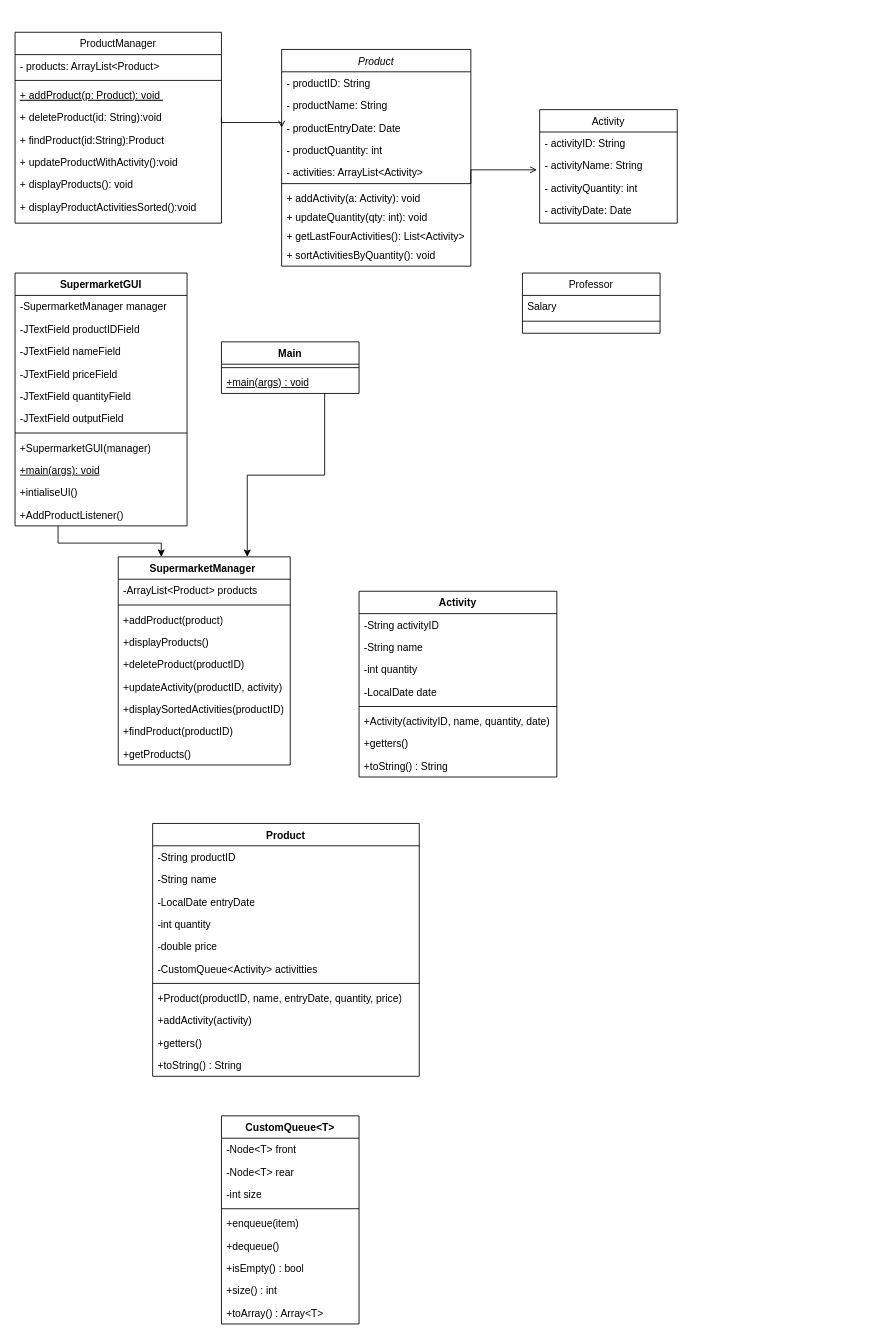
Veer-Rishabh/Group-5-Coursework-1 keeps this draw.io diagram as Supermarket.drawio. Above is the earlier version. Source tidied: cells renumbered, new cells numbered last; positions are measured from the earlier drawing's top-left corner, leaving out a move shared by most shapes. Both pictures are drawn from the tidied source at 86%, with x=0, y=0 at pixel (15, 32).
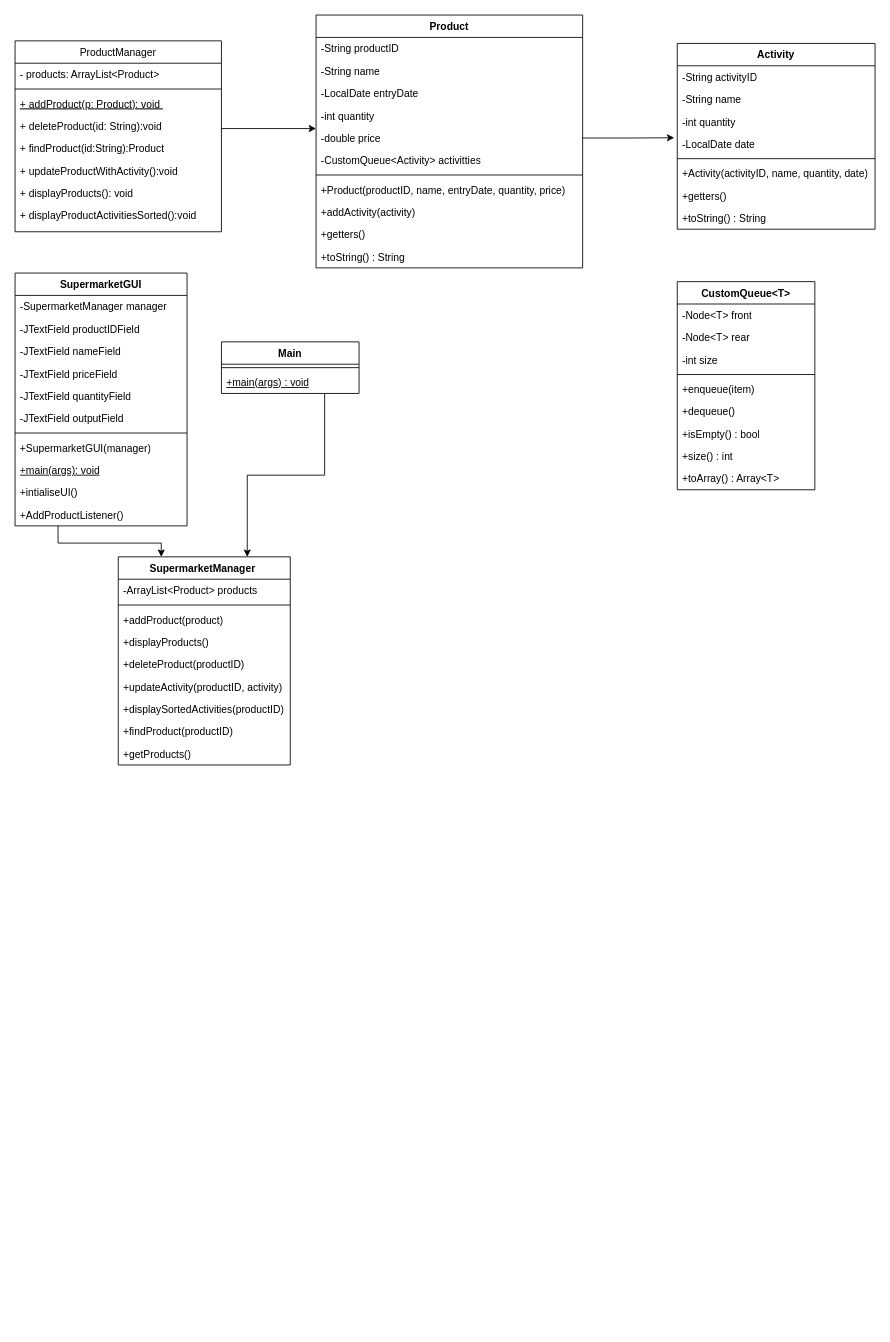
The same page after the edit.

The change refers to these unchanged cells:
```xml
<mxCell id="17" value="+ deleteProduct(id: String):void" style="text;align=left;verticalAlign=top;spacingLeft=4;spacingRight=4;overflow=hidden;points=[[0,0.5],[1,0.5]];portConstraint=eastwest;" parent="13" vertex="1">
  <mxGeometry y="86" width="240" height="26" as="geometry" />
</mxCell>
<mxCell id="63" value="-LocalDate date" style="text;strokeColor=none;fillColor=none;align=left;verticalAlign=top;spacingLeft=4;spacingRight=4;overflow=hidden;points=[[0,0.5],[1,0.5]];portConstraint=eastwest;whiteSpace=wrap;html=1;" parent="59" vertex="1">
  <mxGeometry y="104" width="230" height="26" as="geometry" />
</mxCell>
<mxCell id="73" value="-double price" style="text;strokeColor=none;fillColor=none;align=left;verticalAlign=top;spacingLeft=4;spacingRight=4;overflow=hidden;points=[[0,0.5],[1,0.5]];portConstraint=eastwest;whiteSpace=wrap;html=1;" parent="68" vertex="1">
  <mxGeometry y="130" width="310" height="26" as="geometry" />
</mxCell>
```

What changed in the source:
```diff
@@
-    <mxCell id="2" value="Product" style="swimlane;fontStyle=2;align=center;verticalAlign=top;horizontal=1;startSize=26;rounded=0;shadow=0;strokeWidth=1;" parent="1" vertex="1">
-      <mxGeometry x="310" y="20" width="220" height="252" as="geometry" />
-    </mxCell>
-    <mxCell id="3" value="- productID: String" style="text;align=left;verticalAlign=top;spacingLeft=4;spacingRight=4;overflow=hidden;" parent="2" vertex="1">
-      <mxGeometry y="26" width="220" height="26" as="geometry" />
-    </mxCell>
-    <mxCell id="4" value="- productName: String" style="text;align=left;verticalAlign=top;spacingLeft=4;spacingRight=4;overflow=hidden;rounded=0;shadow=0;html=0;" parent="2" vertex="1">
-      <mxGeometry y="52" width="220" height="26" as="geometry" />
-    </mxCell>
-    <mxCell id="5" value="- productEntryDate: Date" style="text;align=left;verticalAlign=top;spacingLeft=4;spacingRight=4;overflow=hidden;points=[[0,0.5],[1,0.5]];portConstraint=eastwest;rounded=0;shadow=0;html=0;" parent="2" vertex="1">
-      <mxGeometry y="78" width="220" height="26" as="geometry" />
-    </mxCell>
-    <mxCell id="6" value="- productQuantity: int" style="text;align=left;verticalAlign=top;spacingLeft=4;spacingRight=4;overflow=hidden;" parent="2" vertex="1">
-      <mxGeometry y="104" width="220" height="26" as="geometry" />
-    </mxCell>
-    <mxCell id="7" value="- activities: ArrayList&lt;Activity&gt;" style="text;align=left;verticalAlign=top;spacingLeft=4;spacingRight=4;overflow=hidden;" parent="2" vertex="1">
-      <mxGeometry y="130" width="220" height="22" as="geometry" />
-    </mxCell>
-    <mxCell id="8" style="line;html=1;strokeWidth=1;align=left;verticalAlign=middle;spacingTop=-1;spacingLeft=3;spacingRight=3;labelPosition=right;points=[];portConstraint=eastwest;" parent="2" vertex="1">
-      <mxGeometry y="152" width="220" height="8" as="geometry" />
-    </mxCell>
-    <mxCell id="9" value="+ addActivity(a: Activity): void" style="text;align=left;verticalAlign=top;spacingLeft=4;spacingRight=4;overflow=hidden;" parent="2" vertex="1">
-      <mxGeometry y="160" width="220" height="22" as="geometry" />
-    </mxCell>
-    <mxCell id="10" value="+ updateQuantity(qty: int): void" style="text;align=left;verticalAlign=top;spacingLeft=4;spacingRight=4;overflow=hidden;" parent="2" vertex="1">
-      <mxGeometry y="182" width="220" height="22" as="geometry" />
-    </mxCell>
-    <mxCell id="11" value="+ getLastFourActivities(): List&lt;Activity&gt;" style="text;align=left;verticalAlign=top;spacingLeft=4;spacingRight=4;overflow=hidden;" parent="2" vertex="1">
-      <mxGeometry y="204" width="220" height="22" as="geometry" />
-    </mxCell>
-    <mxCell id="12" value="+ sortActivitiesByQuantity(): void&#10;" style="text;align=left;verticalAlign=top;spacingLeft=4;spacingRight=4;overflow=hidden;" parent="2" vertex="1">
-      <mxGeometry y="226" width="220" height="22" as="geometry" />
-    </mxCell>
+    <mxCell id="90" style="edgeStyle=orthogonalEdgeStyle;rounded=0;jettySize=auto;html=1;entryX=0;entryY=0.923;entryDx=0;entryDy=0;entryPerimeter=0;" parent="1" edge="1" source="13">
+      <mxGeometry relative="1" as="geometry">
+        <mxPoint x="350" y="112" as="targetPoint" />
+        <Array as="points">
+          <mxPoint x="350" y="111" />
+        </Array>
+      </mxGeometry>
+    </mxCell>
     <mxCell id="13" value="ProductManager" style="swimlane;fontStyle=0;align=center;verticalAlign=top;horizontal=1;startSize=26;rounded=0;shadow=0;strokeWidth=1;" parent="1" vertex="1">
-      <mxGeometry width="240" height="222" as="geometry" />
+      <mxGeometry y="10" width="240" height="222" as="geometry" />
     </mxCell>
@@
-    <mxCell id="22" value="Professor" style="swimlane;fontStyle=0;align=center;verticalAlign=top;horizontal=1;startSize=26;rounded=0;shadow=0;strokeWidth=1;" parent="1" vertex="1">
-      <mxGeometry x="590" y="280" width="160" height="70" as="geometry" />
-    </mxCell>
-    <mxCell id="23" value="Salary" style="text;align=left;verticalAlign=top;spacingLeft=4;spacingRight=4;overflow=hidden;" parent="22" vertex="1">
-      <mxGeometry y="26" width="160" height="26" as="geometry" />
-    </mxCell>
-    <mxCell id="24" style="line;html=1;strokeWidth=1;align=left;verticalAlign=middle;spacingTop=-1;spacingLeft=3;spacingRight=3;labelPosition=right;" parent="22" vertex="1">
-      <mxGeometry y="52" width="160" height="8" as="geometry" />
-    </mxCell>
-    <mxCell id="25" value="Activity" style="swimlane;fontStyle=0;align=center;verticalAlign=top;horizontal=1;startSize=26;rounded=0;shadow=0;strokeWidth=1;" parent="1" vertex="1">
-      <mxGeometry x="610" y="90" width="160" height="132" as="geometry" />
-    </mxCell>
-    <mxCell id="26" value="- activityID: String" style="text;align=left;verticalAlign=top;spacingLeft=4;spacingRight=4;overflow=hidden;" parent="25" vertex="1">
-      <mxGeometry y="26" width="160" height="26" as="geometry" />
-    </mxCell>
-    <mxCell id="27" value="- activityName: String" style="text;align=left;verticalAlign=top;spacingLeft=4;spacingRight=4;overflow=hidden;points=[[0,0.5],[1,0.5]];portConstraint=eastwest;rounded=0;shadow=0;html=0;" parent="25" vertex="1">
-      <mxGeometry y="52" width="160" height="26" as="geometry" />
-    </mxCell>
-    <mxCell id="28" value="- activityQuantity: int" style="text;align=left;verticalAlign=top;spacingLeft=4;spacingRight=4;overflow=hidden;rounded=0;shadow=0;html=0;" parent="25" vertex="1">
-      <mxGeometry y="78" width="160" height="26" as="geometry" />
-    </mxCell>
-    <mxCell id="29" value="- activityDate: Date" style="text;align=left;verticalAlign=top;spacingLeft=4;spacingRight=4;overflow=hidden;rounded=0;shadow=0;html=0;" parent="25" vertex="1">
-      <mxGeometry y="104" width="160" height="26" as="geometry" />
-    </mxCell>
-    <mxCell id="30" style="endArrow=open;shadow=0;strokeWidth=1;rounded=0;curved=0;endFill=1;edgeStyle=elbowEdgeStyle;elbow=vertical;entryX=-0.019;entryY=0.702;entryDx=0;entryDy=0;entryPerimeter=0;exitX=1;exitY=0.5;exitDx=0;exitDy=0;exitPerimeter=0;" parent="1" edge="1" source="8" target="27">
-      <mxGeometry x="0.5" y="41" relative="1" as="geometry">
-        <Array as="points">
-          <mxPoint x="720" y="160" />
-        </Array>
-        <mxPoint x="-40" y="32" as="offset" />
-      </mxGeometry>
-    </mxCell>
-    <mxCell id="31" style="endArrow=open;shadow=0;strokeWidth=1;rounded=0;curved=0;endFill=1;edgeStyle=elbowEdgeStyle;elbow=vertical;entryX=0;entryY=0.5;entryDx=0;entryDy=0;exitX=1;exitY=0.5;exitDx=0;exitDy=0;" parent="1" edge="1" source="17" target="5">
-      <mxGeometry x="0.5" y="41" relative="1" as="geometry">
-        <mxPoint x="-40" y="32" as="offset" />
-      </mxGeometry>
-    </mxCell>
@@
     <mxCell id="59" value="Activity" style="swimlane;fontStyle=1;align=center;verticalAlign=top;horizontal=1;startSize=26;whiteSpace=wrap;html=1;" parent="1" vertex="1">
-      <mxGeometry x="400" y="650" width="230" height="216" as="geometry" />
+      <mxGeometry x="770" y="13" width="230" height="216" as="geometry" />
     </mxCell>
@@
     <mxCell id="68" value="Product" style="swimlane;fontStyle=1;align=center;verticalAlign=top;horizontal=1;startSize=26;whiteSpace=wrap;html=1;" parent="1" vertex="1">
-      <mxGeometry x="160" y="920" width="310" height="294" as="geometry" />
+      <mxGeometry x="350" y="-20" width="310" height="294" as="geometry" />
     </mxCell>
@@
     <mxCell id="80" value="CustomQueue&amp;lt;T&amp;gt;" style="swimlane;fontStyle=1;align=center;verticalAlign=top;horizontal=1;startSize=26;whiteSpace=wrap;html=1;" parent="1" vertex="1">
-      <mxGeometry x="240" y="1260" width="160" height="242" as="geometry" />
+      <mxGeometry x="770" y="290" width="160" height="242" as="geometry" />
     </mxCell>
@@
+    <mxCell id="91" style="edgeStyle=orthogonalEdgeStyle;rounded=0;jettySize=auto;html=1;entryX=-0.015;entryY=0.218;entryDx=0;entryDy=0;entryPerimeter=0;" parent="1" edge="1" source="73" target="63">
+      <mxGeometry relative="1" as="geometry" />
+    </mxCell>
```
